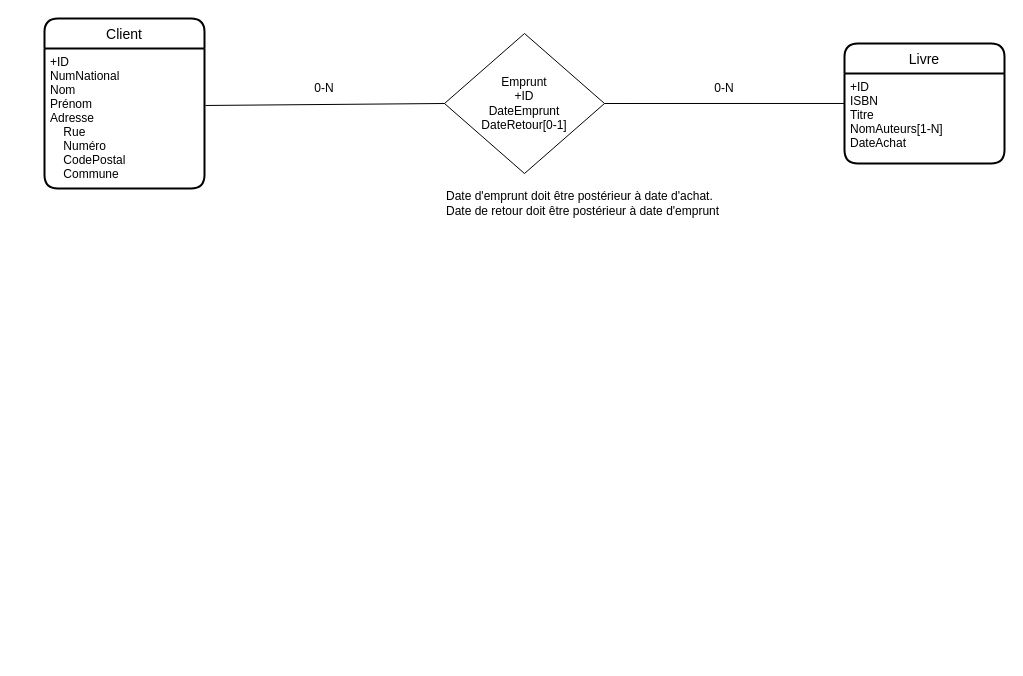
Before: sql/01 bibliotheque.drawio in luisromeroaraya/java, a draw.io diagram. Source tidied: cells renumbered, new cells numbered last; positions are measured from the earlier drawing's top-left corner, leaving out a move shared by most shapes. Both pictures are drawn from the tidied source at 100%, with x=0, y=0 at pixel (44, 18).
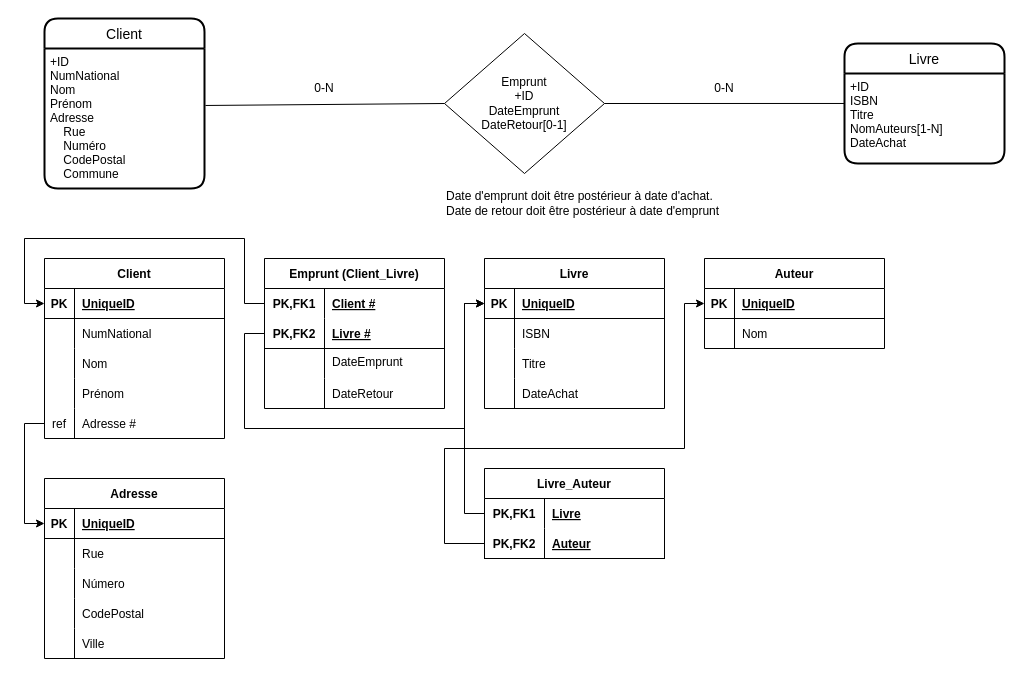
The same diagram, later.

Change to the diagram source:
```diff
@@
+    <mxCell id="12" value="Emprunt (Client_Livre)" style="shape=table;startSize=30;childLayout=tableLayout;rowLines=0;fontStyle=1;align=center;" parent="1" vertex="1">
+      <mxGeometry x="220" y="240" width="180" height="150" as="geometry" />
+    </mxCell>
+    <mxCell id="13" style="shape=tableRow;horizontal=0;startSize=0;swimlaneHead=0;swimlaneBody=0;fillColor=none;points=[[0,0.5],[1,0.5]];portConstraint=eastwest;top=0;left=0;right=0;bottom=0;" parent="12" vertex="1">
+      <mxGeometry y="30" width="180" height="30" as="geometry" />
+    </mxCell>
+    <mxCell id="14" value="PK,FK1" style="shape=partialRectangle;fillColor=none;top=0;left=0;bottom=0;right=0;fontStyle=1;overflow=hidden;" parent="13" vertex="1">
+      <mxGeometry width="60" height="30" as="geometry" />
+    </mxCell>
+    <mxCell id="15" value="Client #" style="shape=partialRectangle;fillColor=none;top=0;left=0;bottom=0;right=0;align=left;spacingLeft=6;fontStyle=5;overflow=hidden;" parent="13" vertex="1">
+      <mxGeometry x="60" width="120" height="30" as="geometry" />
+    </mxCell>
+    <mxCell id="16" style="shape=tableRow;horizontal=0;startSize=0;swimlaneHead=0;swimlaneBody=0;fillColor=none;points=[[0,0.5],[1,0.5]];portConstraint=eastwest;top=0;left=0;right=0;bottom=1;" parent="12" vertex="1">
+      <mxGeometry y="60" width="180" height="30" as="geometry" />
+    </mxCell>
+    <mxCell id="17" value="PK,FK2" style="shape=partialRectangle;fillColor=none;top=0;left=0;bottom=0;right=0;fontStyle=1;overflow=hidden;" parent="16" vertex="1">
+      <mxGeometry width="60" height="30" as="geometry" />
+    </mxCell>
+    <mxCell id="18" value="Livre #" style="shape=partialRectangle;fillColor=none;top=0;left=0;bottom=0;right=0;align=left;spacingLeft=6;fontStyle=5;overflow=hidden;" parent="16" vertex="1">
+      <mxGeometry x="60" width="120" height="30" as="geometry" />
+    </mxCell>
+    <mxCell id="19" style="shape=tableRow;horizontal=0;startSize=0;swimlaneHead=0;swimlaneBody=0;fillColor=none;top=0;left=0;right=0;bottom=0;" parent="12" vertex="1">
+      <mxGeometry y="90" width="180" height="30" as="geometry" />
+    </mxCell>
+    <mxCell id="20" style="shape=partialRectangle;fillColor=none;top=0;left=0;bottom=0;right=0;overflow=hidden;" parent="19" vertex="1">
+      <mxGeometry width="60" height="30" as="geometry" />
+    </mxCell>
+    <mxCell id="21" value="DateEmprunt&#10;" style="shape=partialRectangle;fillColor=none;top=0;left=0;bottom=0;right=0;align=left;spacingLeft=6;overflow=hidden;verticalAlign=top;" parent="19" vertex="1">
+      <mxGeometry x="60" width="120" height="30" as="geometry" />
+    </mxCell>
+    <mxCell id="22" style="shape=tableRow;horizontal=0;startSize=0;swimlaneHead=0;swimlaneBody=0;fillColor=none;top=0;left=0;right=0;bottom=0;" parent="12" vertex="1">
+      <mxGeometry y="120" width="180" height="30" as="geometry" />
+    </mxCell>
+    <mxCell id="23" style="shape=partialRectangle;fillColor=none;top=0;left=0;bottom=0;right=0;overflow=hidden;" parent="22" vertex="1">
+      <mxGeometry width="60" height="30" as="geometry" />
+    </mxCell>
+    <mxCell id="24" value="DateRetour" style="shape=partialRectangle;fillColor=none;top=0;left=0;bottom=0;right=0;align=left;spacingLeft=6;overflow=hidden;" parent="22" vertex="1">
+      <mxGeometry x="60" width="120" height="30" as="geometry" />
+    </mxCell>
+    <mxCell id="25" value="Client" style="shape=table;startSize=30;childLayout=tableLayout;rowLines=0;fontStyle=1;align=center;" parent="1" vertex="1">
+      <mxGeometry y="240" width="180" height="180" as="geometry" />
+    </mxCell>
+    <mxCell id="26" style="shape=tableRow;horizontal=0;startSize=0;swimlaneHead=0;swimlaneBody=0;fillColor=none;points=[[0,0.5],[1,0.5]];portConstraint=eastwest;top=0;left=0;right=0;bottom=1;" parent="25" vertex="1">
+      <mxGeometry y="30" width="180" height="30" as="geometry" />
+    </mxCell>
+    <mxCell id="27" value="PK" style="shape=partialRectangle;fillColor=none;top=0;left=0;bottom=0;right=0;fontStyle=1;overflow=hidden;" parent="26" vertex="1">
+      <mxGeometry width="30" height="30" as="geometry" />
+    </mxCell>
+    <mxCell id="28" value="UniqueID" style="shape=partialRectangle;fillColor=none;top=0;left=0;bottom=0;right=0;align=left;spacingLeft=6;fontStyle=5;overflow=hidden;" parent="26" vertex="1">
+      <mxGeometry x="30" width="150" height="30" as="geometry" />
+    </mxCell>
+    <mxCell id="29" style="shape=tableRow;horizontal=0;startSize=0;swimlaneHead=0;swimlaneBody=0;fillColor=none;top=0;left=0;right=0;bottom=0;" parent="25" vertex="1">
+      <mxGeometry y="60" width="180" height="30" as="geometry" />
+    </mxCell>
+    <mxCell id="30" style="shape=partialRectangle;fillColor=none;top=0;left=0;bottom=0;right=0;overflow=hidden;" parent="29" vertex="1">
+      <mxGeometry width="30" height="30" as="geometry" />
+    </mxCell>
+    <mxCell id="31" value="NumNational" style="shape=partialRectangle;fillColor=none;top=0;left=0;bottom=0;right=0;align=left;spacingLeft=6;overflow=hidden;" parent="29" vertex="1">
+      <mxGeometry x="30" width="150" height="30" as="geometry" />
+    </mxCell>
+    <mxCell id="32" style="shape=tableRow;horizontal=0;startSize=0;swimlaneHead=0;swimlaneBody=0;fillColor=none;top=0;left=0;right=0;bottom=0;" parent="25" vertex="1">
+      <mxGeometry y="90" width="180" height="30" as="geometry" />
+    </mxCell>
+    <mxCell id="33" style="shape=partialRectangle;fillColor=none;top=0;left=0;bottom=0;right=0;overflow=hidden;" parent="32" vertex="1">
+      <mxGeometry width="30" height="30" as="geometry" />
+    </mxCell>
+    <mxCell id="34" value="Nom" style="shape=partialRectangle;fillColor=none;top=0;left=0;bottom=0;right=0;align=left;spacingLeft=6;overflow=hidden;" parent="32" vertex="1">
+      <mxGeometry x="30" width="150" height="30" as="geometry" />
+    </mxCell>
+    <mxCell id="35" style="shape=tableRow;horizontal=0;startSize=0;swimlaneHead=0;swimlaneBody=0;fillColor=none;top=0;left=0;right=0;bottom=0;" parent="25" vertex="1">
+      <mxGeometry y="120" width="180" height="30" as="geometry" />
+    </mxCell>
+    <mxCell id="36" style="shape=partialRectangle;fillColor=none;top=0;left=0;bottom=0;right=0;overflow=hidden;" parent="35" vertex="1">
+      <mxGeometry width="30" height="30" as="geometry" />
+    </mxCell>
+    <mxCell id="37" value="Prénom" style="shape=partialRectangle;fillColor=none;top=0;left=0;bottom=0;right=0;align=left;spacingLeft=6;overflow=hidden;" parent="35" vertex="1">
+      <mxGeometry x="30" width="150" height="30" as="geometry" />
+    </mxCell>
+    <mxCell id="38" style="shape=tableRow;horizontal=0;startSize=0;swimlaneHead=0;swimlaneBody=0;fillColor=none;points=[[0,0.5],[1,0.5]];portConstraint=eastwest;top=0;left=0;right=0;bottom=0;" parent="25" vertex="1">
+      <mxGeometry y="150" width="180" height="30" as="geometry" />
+    </mxCell>
+    <mxCell id="39" value="ref" style="shape=partialRectangle;fillColor=none;top=0;left=0;bottom=0;right=0;overflow=hidden;" parent="38" vertex="1">
+      <mxGeometry width="30" height="30" as="geometry" />
+    </mxCell>
+    <mxCell id="40" value="Adresse #" style="shape=partialRectangle;fillColor=none;top=0;left=0;bottom=0;right=0;align=left;spacingLeft=6;overflow=hidden;" parent="38" vertex="1">
+      <mxGeometry x="30" width="150" height="30" as="geometry" />
+    </mxCell>
+    <mxCell id="41" value="Adresse" style="shape=table;startSize=30;childLayout=tableLayout;rowLines=0;fontStyle=1;align=center;" parent="1" vertex="1">
+      <mxGeometry y="460" width="180" height="180" as="geometry" />
+    </mxCell>
+    <mxCell id="42" style="shape=tableRow;horizontal=0;startSize=0;swimlaneHead=0;swimlaneBody=0;fillColor=none;points=[[0,0.5],[1,0.5]];portConstraint=eastwest;top=0;left=0;right=0;bottom=1;" parent="41" vertex="1">
+      <mxGeometry y="30" width="180" height="30" as="geometry" />
+    </mxCell>
+    <mxCell id="43" value="PK" style="shape=partialRectangle;fillColor=none;top=0;left=0;bottom=0;right=0;fontStyle=1;overflow=hidden;" parent="42" vertex="1">
+      <mxGeometry width="30" height="30" as="geometry" />
+    </mxCell>
+    <mxCell id="44" value="UniqueID" style="shape=partialRectangle;fillColor=none;top=0;left=0;bottom=0;right=0;align=left;spacingLeft=6;fontStyle=5;overflow=hidden;" parent="42" vertex="1">
+      <mxGeometry x="30" width="150" height="30" as="geometry" />
+    </mxCell>
+    <mxCell id="45" style="shape=tableRow;horizontal=0;startSize=0;swimlaneHead=0;swimlaneBody=0;fillColor=none;top=0;left=0;right=0;bottom=0;" parent="41" vertex="1">
+      <mxGeometry y="60" width="180" height="30" as="geometry" />
+    </mxCell>
+    <mxCell id="46" style="shape=partialRectangle;fillColor=none;top=0;left=0;bottom=0;right=0;overflow=hidden;" parent="45" vertex="1">
+      <mxGeometry width="30" height="30" as="geometry" />
+    </mxCell>
+    <mxCell id="47" value="Rue" style="shape=partialRectangle;fillColor=none;top=0;left=0;bottom=0;right=0;align=left;spacingLeft=6;overflow=hidden;" parent="45" vertex="1">
+      <mxGeometry x="30" width="150" height="30" as="geometry" />
+    </mxCell>
+    <mxCell id="48" style="shape=tableRow;horizontal=0;startSize=0;swimlaneHead=0;swimlaneBody=0;fillColor=none;top=0;left=0;right=0;bottom=0;" parent="41" vertex="1">
+      <mxGeometry y="90" width="180" height="30" as="geometry" />
+    </mxCell>
+    <mxCell id="49" style="shape=partialRectangle;fillColor=none;top=0;left=0;bottom=0;right=0;overflow=hidden;" parent="48" vertex="1">
+      <mxGeometry width="30" height="30" as="geometry" />
+    </mxCell>
+    <mxCell id="50" value="Número" style="shape=partialRectangle;fillColor=none;top=0;left=0;bottom=0;right=0;align=left;spacingLeft=6;overflow=hidden;" parent="48" vertex="1">
+      <mxGeometry x="30" width="150" height="30" as="geometry" />
+    </mxCell>
+    <mxCell id="51" style="shape=tableRow;horizontal=0;startSize=0;swimlaneHead=0;swimlaneBody=0;fillColor=none;top=0;left=0;right=0;bottom=0;" parent="41" vertex="1">
+      <mxGeometry y="120" width="180" height="30" as="geometry" />
+    </mxCell>
+    <mxCell id="52" style="shape=partialRectangle;fillColor=none;top=0;left=0;bottom=0;right=0;overflow=hidden;" parent="51" vertex="1">
+      <mxGeometry width="30" height="30" as="geometry" />
+    </mxCell>
+    <mxCell id="53" value="CodePostal" style="shape=partialRectangle;fillColor=none;top=0;left=0;bottom=0;right=0;align=left;spacingLeft=6;overflow=hidden;" parent="51" vertex="1">
+      <mxGeometry x="30" width="150" height="30" as="geometry" />
+    </mxCell>
+    <mxCell id="54" style="shape=tableRow;horizontal=0;startSize=0;swimlaneHead=0;swimlaneBody=0;fillColor=none;top=0;left=0;right=0;bottom=0;" parent="41" vertex="1">
+      <mxGeometry y="150" width="180" height="30" as="geometry" />
+    </mxCell>
+    <mxCell id="55" style="shape=partialRectangle;fillColor=none;top=0;left=0;bottom=0;right=0;overflow=hidden;" parent="54" vertex="1">
+      <mxGeometry width="30" height="30" as="geometry" />
+    </mxCell>
+    <mxCell id="56" value="Ville" style="shape=partialRectangle;fillColor=none;top=0;left=0;bottom=0;right=0;align=left;spacingLeft=6;overflow=hidden;" parent="54" vertex="1">
+      <mxGeometry x="30" width="150" height="30" as="geometry" />
+    </mxCell>
+    <mxCell id="57" style="endArrow=classic;html=1;rounded=0;exitX=0;exitY=0.5;exitDx=0;exitDy=0;entryX=0;entryY=0.5;entryDx=0;entryDy=0;" parent="1" edge="1" source="38" target="42">
+      <mxGeometry relative="1" as="geometry">
+        <Array as="points">
+          <mxPoint x="-20" y="405" />
+          <mxPoint x="-20" y="505" />
+        </Array>
+      </mxGeometry>
+    </mxCell>
+    <mxCell id="58" style="endArrow=classic;html=1;rounded=0;exitX=0;exitY=0.5;exitDx=0;exitDy=0;entryX=0;entryY=0.5;entryDx=0;entryDy=0;" parent="1" edge="1" source="13" target="26">
+      <mxGeometry relative="1" as="geometry">
+        <Array as="points">
+          <mxPoint x="200" y="285" />
+          <mxPoint x="200" y="220" />
+          <mxPoint x="-20" y="220" />
+          <mxPoint x="-20" y="285" />
+        </Array>
+      </mxGeometry>
+    </mxCell>
+    <mxCell id="59" value="Livre" style="shape=table;startSize=30;childLayout=tableLayout;rowLines=0;fontStyle=1;align=center;" parent="1" vertex="1">
+      <mxGeometry x="440" y="240" width="180" height="150" as="geometry" />
+    </mxCell>
+    <mxCell id="60" style="shape=tableRow;horizontal=0;startSize=0;swimlaneHead=0;swimlaneBody=0;fillColor=none;points=[[0,0.5],[1,0.5]];portConstraint=eastwest;top=0;left=0;right=0;bottom=1;" parent="59" vertex="1">
+      <mxGeometry y="30" width="180" height="30" as="geometry" />
+    </mxCell>
+    <mxCell id="61" value="PK" style="shape=partialRectangle;fillColor=none;top=0;left=0;bottom=0;right=0;fontStyle=1;overflow=hidden;" parent="60" vertex="1">
+      <mxGeometry width="30" height="30" as="geometry" />
+    </mxCell>
+    <mxCell id="62" value="UniqueID" style="shape=partialRectangle;fillColor=none;top=0;left=0;bottom=0;right=0;align=left;spacingLeft=6;fontStyle=5;overflow=hidden;" parent="60" vertex="1">
+      <mxGeometry x="30" width="150" height="30" as="geometry" />
+    </mxCell>
+    <mxCell id="63" style="shape=tableRow;horizontal=0;startSize=0;swimlaneHead=0;swimlaneBody=0;fillColor=none;top=0;left=0;right=0;bottom=0;" parent="59" vertex="1">
+      <mxGeometry y="60" width="180" height="30" as="geometry" />
+    </mxCell>
+    <mxCell id="64" style="shape=partialRectangle;fillColor=none;top=0;left=0;bottom=0;right=0;overflow=hidden;" parent="63" vertex="1">
+      <mxGeometry width="30" height="30" as="geometry" />
+    </mxCell>
+    <mxCell id="65" value="ISBN" style="shape=partialRectangle;fillColor=none;top=0;left=0;bottom=0;right=0;align=left;spacingLeft=6;overflow=hidden;" parent="63" vertex="1">
+      <mxGeometry x="30" width="150" height="30" as="geometry" />
+    </mxCell>
+    <mxCell id="66" style="shape=tableRow;horizontal=0;startSize=0;swimlaneHead=0;swimlaneBody=0;fillColor=none;top=0;left=0;right=0;bottom=0;" parent="59" vertex="1">
+      <mxGeometry y="90" width="180" height="30" as="geometry" />
+    </mxCell>
+    <mxCell id="67" style="shape=partialRectangle;fillColor=none;top=0;left=0;bottom=0;right=0;overflow=hidden;" parent="66" vertex="1">
+      <mxGeometry width="30" height="30" as="geometry" />
+    </mxCell>
+    <mxCell id="68" value="Titre" style="shape=partialRectangle;fillColor=none;top=0;left=0;bottom=0;right=0;align=left;spacingLeft=6;overflow=hidden;" parent="66" vertex="1">
+      <mxGeometry x="30" width="150" height="30" as="geometry" />
+    </mxCell>
+    <mxCell id="69" style="shape=tableRow;horizontal=0;startSize=0;swimlaneHead=0;swimlaneBody=0;fillColor=none;top=0;left=0;right=0;bottom=0;" parent="59" vertex="1">
+      <mxGeometry y="120" width="180" height="30" as="geometry" />
+    </mxCell>
+    <mxCell id="70" style="shape=partialRectangle;fillColor=none;top=0;left=0;bottom=0;right=0;overflow=hidden;" parent="69" vertex="1">
+      <mxGeometry width="30" height="30" as="geometry" />
+    </mxCell>
+    <mxCell id="71" value="DateAchat" style="shape=partialRectangle;fillColor=none;top=0;left=0;bottom=0;right=0;align=left;spacingLeft=6;overflow=hidden;" parent="69" vertex="1">
+      <mxGeometry x="30" width="150" height="30" as="geometry" />
+    </mxCell>
+    <mxCell id="72" style="endArrow=classic;html=1;rounded=0;exitX=0;exitY=0.5;exitDx=0;exitDy=0;entryX=0;entryY=0.5;entryDx=0;entryDy=0;" parent="1" edge="1" source="16" target="60">
+      <mxGeometry relative="1" as="geometry">
+        <Array as="points">
+          <mxPoint x="200" y="315" />
+          <mxPoint x="200" y="410" />
+          <mxPoint x="420" y="410" />
+          <mxPoint x="420" y="285" />
+        </Array>
+      </mxGeometry>
+    </mxCell>
+    <mxCell id="73" value="Auteur" style="shape=table;startSize=30;childLayout=tableLayout;rowLines=0;fontStyle=1;align=center;" parent="1" vertex="1">
+      <mxGeometry x="660" y="240" width="180" height="90" as="geometry" />
+    </mxCell>
+    <mxCell id="74" style="shape=tableRow;horizontal=0;startSize=0;swimlaneHead=0;swimlaneBody=0;fillColor=none;points=[[0,0.5],[1,0.5]];portConstraint=eastwest;top=0;left=0;right=0;bottom=1;" parent="73" vertex="1">
+      <mxGeometry y="30" width="180" height="30" as="geometry" />
+    </mxCell>
+    <mxCell id="75" value="PK" style="shape=partialRectangle;fillColor=none;top=0;left=0;bottom=0;right=0;fontStyle=1;overflow=hidden;" parent="74" vertex="1">
+      <mxGeometry width="30" height="30" as="geometry" />
+    </mxCell>
+    <mxCell id="76" value="UniqueID" style="shape=partialRectangle;fillColor=none;top=0;left=0;bottom=0;right=0;align=left;spacingLeft=6;fontStyle=5;overflow=hidden;" parent="74" vertex="1">
+      <mxGeometry x="30" width="150" height="30" as="geometry" />
+    </mxCell>
+    <mxCell id="77" style="shape=tableRow;horizontal=0;startSize=0;swimlaneHead=0;swimlaneBody=0;fillColor=none;top=0;left=0;right=0;bottom=0;" parent="73" vertex="1">
+      <mxGeometry y="60" width="180" height="30" as="geometry" />
+    </mxCell>
+    <mxCell id="78" style="shape=partialRectangle;fillColor=none;top=0;left=0;bottom=0;right=0;overflow=hidden;" parent="77" vertex="1">
+      <mxGeometry width="30" height="30" as="geometry" />
+    </mxCell>
+    <mxCell id="79" value="Nom" style="shape=partialRectangle;fillColor=none;top=0;left=0;bottom=0;right=0;align=left;spacingLeft=6;overflow=hidden;" parent="77" vertex="1">
+      <mxGeometry x="30" width="150" height="30" as="geometry" />
+    </mxCell>
+    <mxCell id="80" value="Livre_Auteur" style="shape=table;startSize=30;childLayout=tableLayout;rowLines=0;fontStyle=1;align=center;" parent="1" vertex="1">
+      <mxGeometry x="440" y="450" width="180" height="90" as="geometry" />
+    </mxCell>
+    <mxCell id="81" style="shape=tableRow;horizontal=0;startSize=0;swimlaneHead=0;swimlaneBody=0;fillColor=none;points=[[0,0.5],[1,0.5]];portConstraint=eastwest;top=0;left=0;right=0;bottom=0;" parent="80" vertex="1">
+      <mxGeometry y="30" width="180" height="30" as="geometry" />
+    </mxCell>
+    <mxCell id="82" value="PK,FK1" style="shape=partialRectangle;fillColor=none;top=0;left=0;bottom=0;right=0;fontStyle=1;overflow=hidden;" parent="81" vertex="1">
+      <mxGeometry width="60" height="30" as="geometry" />
+    </mxCell>
+    <mxCell id="83" value="Livre" style="shape=partialRectangle;fillColor=none;top=0;left=0;bottom=0;right=0;align=left;spacingLeft=6;fontStyle=5;overflow=hidden;" parent="81" vertex="1">
+      <mxGeometry x="60" width="120" height="30" as="geometry" />
+    </mxCell>
+    <mxCell id="84" style="shape=tableRow;horizontal=0;startSize=0;swimlaneHead=0;swimlaneBody=0;fillColor=none;points=[[0,0.5],[1,0.5]];portConstraint=eastwest;top=0;left=0;right=0;bottom=1;" parent="80" vertex="1">
+      <mxGeometry y="60" width="180" height="30" as="geometry" />
+    </mxCell>
+    <mxCell id="85" value="PK,FK2" style="shape=partialRectangle;fillColor=none;top=0;left=0;bottom=0;right=0;fontStyle=1;overflow=hidden;" parent="84" vertex="1">
+      <mxGeometry width="60" height="30" as="geometry" />
+    </mxCell>
+    <mxCell id="86" value="Auteur" style="shape=partialRectangle;fillColor=none;top=0;left=0;bottom=0;right=0;align=left;spacingLeft=6;fontStyle=5;overflow=hidden;" parent="84" vertex="1">
+      <mxGeometry x="60" width="120" height="30" as="geometry" />
+    </mxCell>
+    <mxCell id="87" style="endArrow=classic;html=1;rounded=0;exitX=0;exitY=0.5;exitDx=0;exitDy=0;entryX=0;entryY=0.5;entryDx=0;entryDy=0;" parent="1" edge="1" source="81" target="60">
+      <mxGeometry relative="1" as="geometry">
+        <Array as="points">
+          <mxPoint x="420" y="495" />
+          <mxPoint x="420" y="285" />
+        </Array>
+      </mxGeometry>
+    </mxCell>
+    <mxCell id="88" style="endArrow=classic;html=1;rounded=0;exitX=0;exitY=0.5;exitDx=0;exitDy=0;entryX=0;entryY=0.5;entryDx=0;entryDy=0;" parent="1" edge="1" source="84" target="74">
+      <mxGeometry relative="1" as="geometry">
+        <Array as="points">
+          <mxPoint x="400" y="525" />
+          <mxPoint x="400" y="430" />
+          <mxPoint x="640" y="430" />
+          <mxPoint x="640" y="285" />
+        </Array>
+      </mxGeometry>
+    </mxCell>
```
